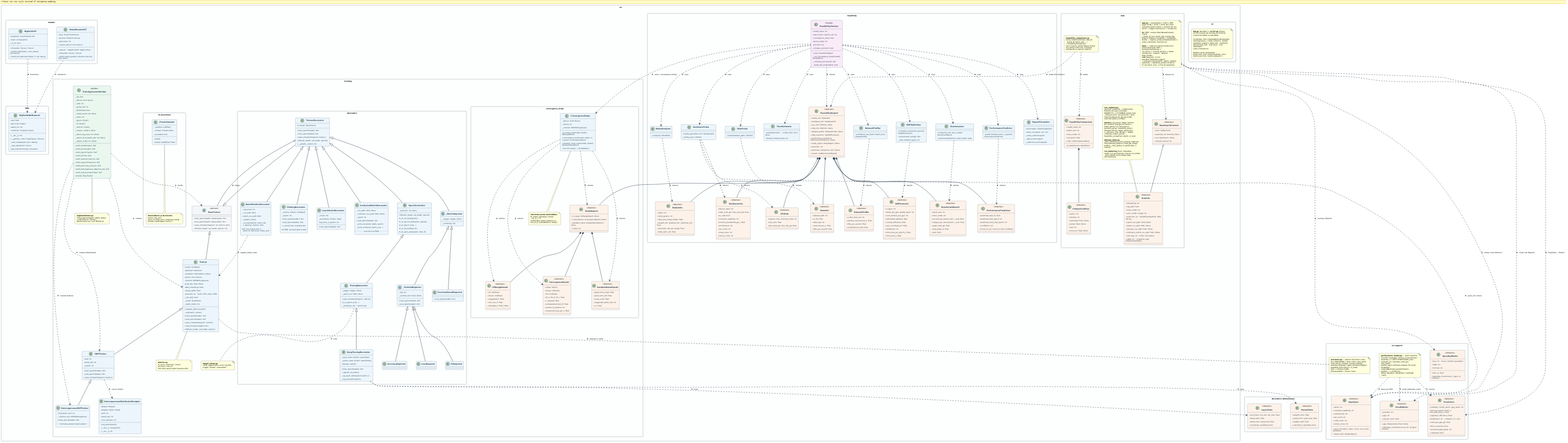
This is docs/class_diagram.svg from alerguezrojas/tfg-distributed-transformers, a PlantUML export, as it was before one commit.
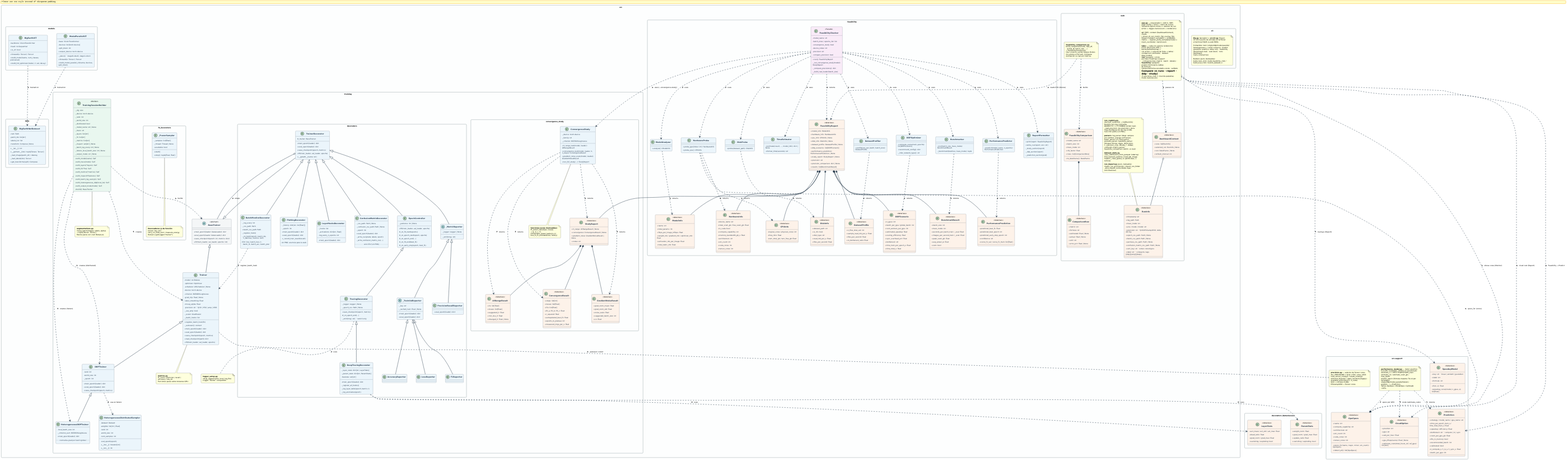
Later version of the same file.

Commit message:
docs: update README, CLAUDE.md and class diagram for the web-polish session

Diff of the diagram source:
```diff
@@ -377,6 +377,8 @@
     + fits_in_memory: bool
     + recommended_batch: int
     + calibrated: bool
+    + t_compute_s / t_io_s / t_sync_s: float
+    + batch_per_gpu: int
   }
 
   note as perfmodel_note
@@ -648,11 +650,13 @@
     **tabs/** — cada uno expone render(ctx):
     home (Overview: KPIs + barras/tarta/treemap +
     run activo + carrusel de fotos + tabla) ·
-    comparison · analysis · dataset · data_models ·
+    comparison (unificado) · dataset · data_models ·
     **run/** (paquete: curves · perclass=heatmap+support
     · confusions=top+matriz · batch · details) ·
-    feasibility + feasibility_predict (Predict)
-    (5 secciones, máx. 1 nivel de pestañas)
+    **feasibility/** (paquete: predict=formulario+tablas
+    de fórmula tiempo/memoria+escalado+coste · validate
+    =Compare vs runs · report · ddp · study)
+    (5 secciones, máx. 1 nivel de pestañas; modo claro/oscuro)
   end note
 
 }
```
